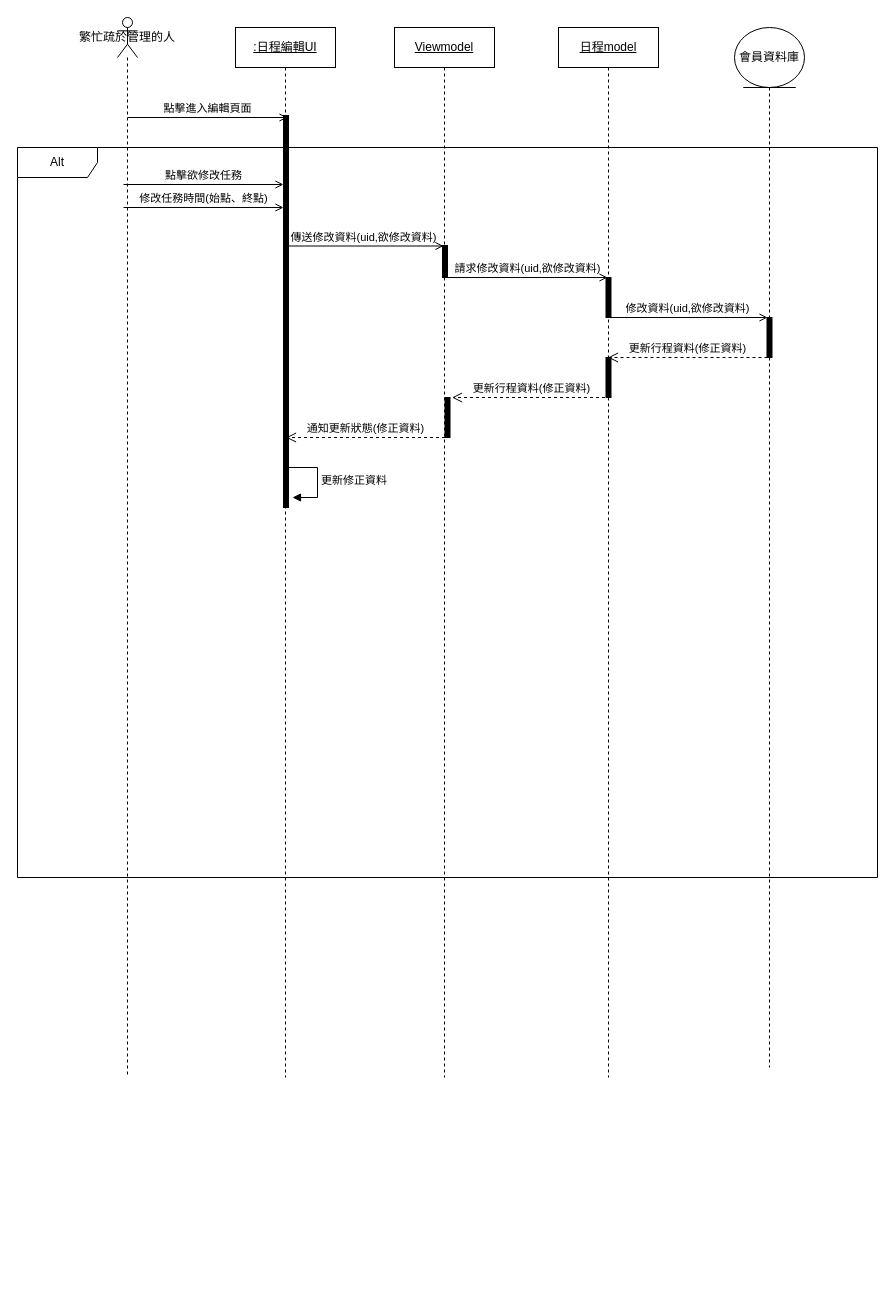
Before: page "維護日程" (7 of 9) of 系統設計圖/總審UML.drawio in Kevincheng0804/Graduation-Topic, a draw.io diagram. Source tidied: cells renumbered, new cells numbered last; positions are measured from the earlier drawing's top-left corner, leaving out a move shared by most shapes. Both pictures are drawn from the tidied source at 100%, with x=0, y=0 at pixel (17, 17).
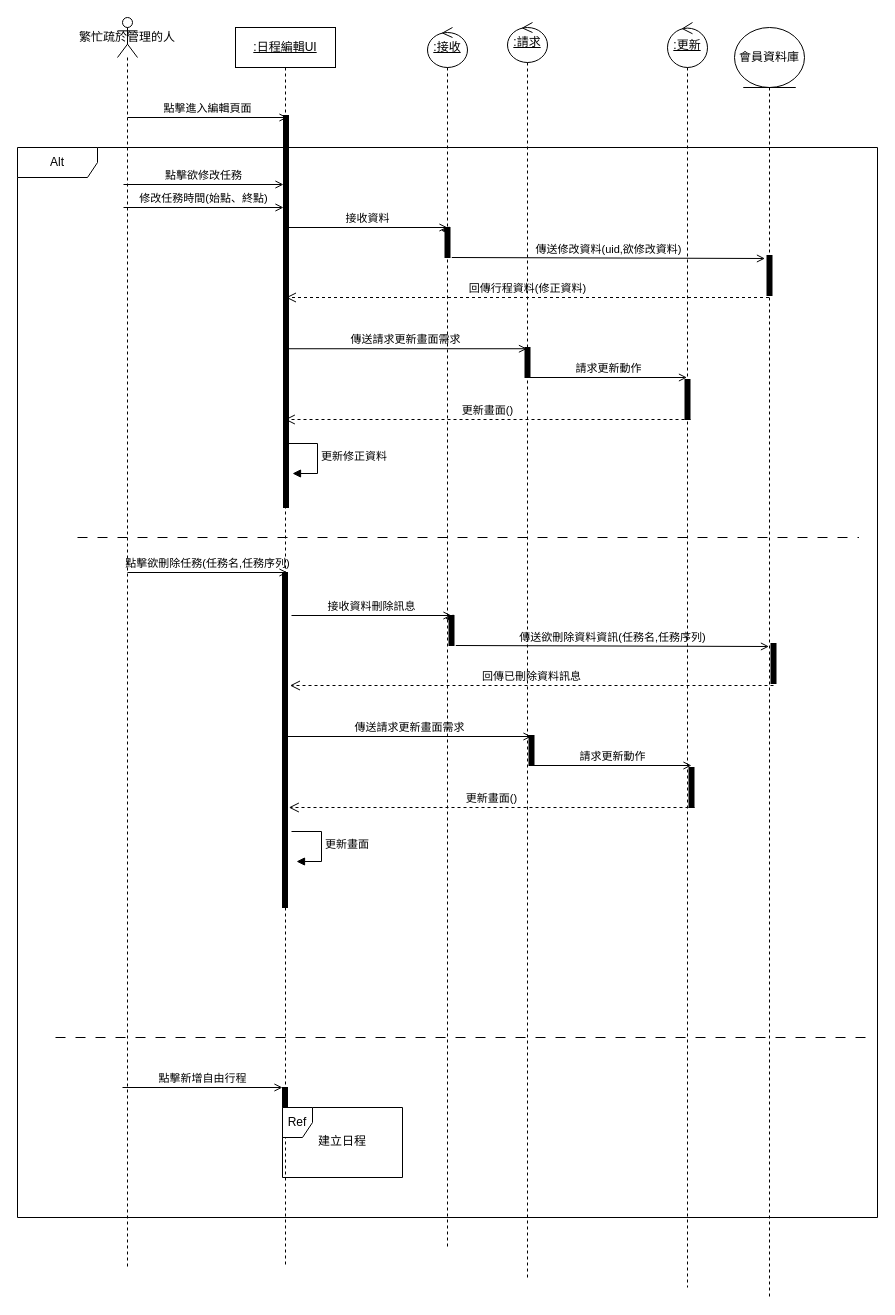
The same page after the edit.

The change refers to these unchanged cells:
```xml
<mxCell id="5" style="html=1;points=[];perimeter=orthogonalPerimeter;fillColor=strokeColor;" parent="1" vertex="1">
  <mxGeometry x="266" y="98" width="5" height="392" as="geometry" />
</mxCell>
```

The edit, as a diff of the source:
```diff
@@
+    <mxCell id="24" value="&lt;u&gt;:接收&lt;/u&gt;" style="shape=umlLifeline;perimeter=lifelinePerimeter;whiteSpace=wrap;html=1;outlineConnect=0;portConstraint=eastwest;newEdgeStyle={&quot;curved&quot;:0,&quot;rounded&quot;:0};participant=umlControl;" parent="1" vertex="1">
+      <mxGeometry x="410" y="10" width="40" height="1220" as="geometry" />
+    </mxCell>
     <mxCell id="2" value="&lt;span style=&quot;text-wrap: nowrap;&quot;&gt;繁忙疏於管理的人&lt;/span&gt;" style="shape=umlLifeline;perimeter=lifelinePerimeter;whiteSpace=wrap;html=1;newEdgeStyle={&quot;curved&quot;:0,&quot;rounded&quot;:0};participant=umlActor;" parent="1" vertex="1">
-      <mxGeometry x="100" width="20" height="1060" as="geometry" />
+      <mxGeometry x="100" width="20" height="1250" as="geometry" />
     </mxCell>
     <mxCell id="3" value="&lt;u&gt;:日程編輯UI&lt;/u&gt;" style="shape=umlLifeline;perimeter=lifelinePerimeter;whiteSpace=wrap;html=1;newEdgeStyle={&quot;curved&quot;:0,&quot;rounded&quot;:0};" parent="1" vertex="1">
-      <mxGeometry x="218" y="10" width="100" height="1050" as="geometry" />
+      <mxGeometry x="218" y="10" width="100" height="1240" as="geometry" />
     </mxCell>
@@
     <mxCell id="6" value="Alt" style="shape=umlFrame;whiteSpace=wrap;html=1;width=80;height=30;" parent="1" vertex="1">
-      <mxGeometry y="130" width="860" height="730" as="geometry" />
+      <mxGeometry y="130" width="860" height="1070" as="geometry" />
     </mxCell>
@@
-    <mxCell id="9" value="修改資料(uid,欲修改資料)" style="html=1;verticalAlign=bottom;labelBackgroundColor=none;endArrow=open;endFill=0;rounded=0;" parent="6" edge="1">
+    <mxCell id="9" value="接收資料" style="html=1;verticalAlign=bottom;labelBackgroundColor=none;endArrow=open;endFill=0;rounded=0;" parent="6" edge="1">
       <mxGeometry relative="1" as="geometry">
-        <mxPoint x="590" y="170" as="sourcePoint" />
-        <mxPoint x="750" y="170" as="targetPoint" />
+        <mxPoint x="270" y="80" as="sourcePoint" />
+        <mxPoint x="430" y="80" as="targetPoint" />
       </mxGeometry>
     </mxCell>
-    <mxCell id="10" value="更新行程資料(修正資料)" style="html=1;verticalAlign=bottom;endArrow=open;dashed=1;endSize=8;curved=0;rounded=0;" parent="6" edge="1" target="15">
-      <mxGeometry relative="1" as="geometry">
-        <mxPoint x="750" y="210" as="sourcePoint" />
-      </mxGeometry>
-    </mxCell>
     <mxCell id="11" value="更新修正資料" style="html=1;align=left;spacingLeft=2;endArrow=block;rounded=0;edgeStyle=orthogonalEdgeStyle;curved=0;rounded=0;" parent="6" edge="1">
       <mxGeometry relative="1" as="geometry">
-        <mxPoint x="270" y="320" as="sourcePoint" />
-        <mxPoint x="275" y="350" as="targetPoint" />
+        <mxPoint x="270" y="296" as="sourcePoint" />
+        <mxPoint x="275" y="326" as="targetPoint" />
         <Array as="points">
-          <mxPoint x="300" y="350" />
+          <mxPoint x="300" y="326" />
         </Array>
       </mxGeometry>
     </mxCell>
-    <mxCell id="12" value="&lt;u&gt;Viewmodel&lt;/u&gt;" style="shape=umlLifeline;perimeter=lifelinePerimeter;whiteSpace=wrap;html=1;newEdgeStyle={&quot;curved&quot;:0,&quot;rounded&quot;:0};" parent="1" vertex="1">
-      <mxGeometry x="377" y="10" width="100" height="1050" as="geometry" />
-    </mxCell>
+    <mxCell id="25" value="更新畫面()" style="html=1;verticalAlign=bottom;endArrow=open;dashed=1;endSize=8;curved=0;rounded=0;" parent="6" edge="1">
+      <mxGeometry relative="1" as="geometry">
+        <mxPoint x="673" y="272" as="sourcePoint" />
+        <mxPoint x="267.3" y="272" as="targetPoint" />
+      </mxGeometry>
+    </mxCell>
+    <mxCell id="21" value="回傳行程資料(修正資料)" style="html=1;verticalAlign=bottom;endArrow=open;dashed=1;endSize=8;curved=0;rounded=0;entryX=0.867;entryY=0.718;entryDx=0;entryDy=0;entryPerimeter=0;" parent="6" edge="1" source="17">
+      <mxGeometry relative="1" as="geometry">
+        <mxPoint x="268.4" y="150" as="targetPoint" />
+      </mxGeometry>
+    </mxCell>
+    <mxCell id="26" style="endArrow=none;startArrow=none;endFill=0;startFill=0;endSize=8;html=1;verticalAlign=bottom;dashed=1;labelBackgroundColor=none;dashPattern=10 10;rounded=0;" parent="6" edge="1">
+      <mxGeometry relative="1" as="geometry">
+        <mxPoint x="60" y="390" as="sourcePoint" />
+        <mxPoint x="841.5" y="390" as="targetPoint" />
+      </mxGeometry>
+    </mxCell>
+    <mxCell id="27" value="點擊欲刪除任務(任務名,任務序列)" style="html=1;verticalAlign=bottom;labelBackgroundColor=none;endArrow=open;endFill=0;rounded=0;" parent="6" edge="1">
+      <mxGeometry relative="1" as="geometry">
+        <mxPoint x="110" y="425" as="sourcePoint" />
+        <mxPoint x="270" y="425" as="targetPoint" />
+      </mxGeometry>
+    </mxCell>
+    <mxCell id="28" value="接收資料刪除訊息" style="html=1;verticalAlign=bottom;labelBackgroundColor=none;endArrow=open;endFill=0;rounded=0;" parent="6" edge="1">
+      <mxGeometry relative="1" as="geometry">
+        <mxPoint x="274" y="468" as="sourcePoint" />
+        <mxPoint x="434" y="468" as="targetPoint" />
+      </mxGeometry>
+    </mxCell>
+    <mxCell id="29" value="更新畫面" style="html=1;align=left;spacingLeft=2;endArrow=block;rounded=0;edgeStyle=orthogonalEdgeStyle;curved=0;rounded=0;" parent="6" edge="1">
+      <mxGeometry relative="1" as="geometry">
+        <mxPoint x="274" y="684" as="sourcePoint" />
+        <mxPoint x="279" y="714" as="targetPoint" />
+        <Array as="points">
+          <mxPoint x="304" y="714" />
+        </Array>
+      </mxGeometry>
+    </mxCell>
+    <mxCell id="30" value="更新畫面()" style="html=1;verticalAlign=bottom;endArrow=open;dashed=1;endSize=8;curved=0;rounded=0;" parent="6" edge="1">
+      <mxGeometry relative="1" as="geometry">
+        <mxPoint x="677" y="660" as="sourcePoint" />
+        <mxPoint x="271.3" y="660" as="targetPoint" />
+      </mxGeometry>
+    </mxCell>
+    <mxCell id="31" value="回傳已刪除資料訊息" style="html=1;verticalAlign=bottom;endArrow=open;dashed=1;endSize=8;curved=0;rounded=0;entryX=0.867;entryY=0.718;entryDx=0;entryDy=0;entryPerimeter=0;" parent="6" edge="1">
+      <mxGeometry relative="1" as="geometry">
+        <mxPoint x="756" y="538" as="sourcePoint" />
+        <mxPoint x="272.4" y="538" as="targetPoint" />
+      </mxGeometry>
+    </mxCell>
+    <mxCell id="32" value="傳送欲刪除資料資訊(任務名,任務序列)" style="html=1;verticalAlign=bottom;labelBackgroundColor=none;endArrow=open;endFill=0;rounded=0;entryX=-0.767;entryY=0.1;entryDx=0;entryDy=0;entryPerimeter=0;" parent="6" edge="1">
+      <mxGeometry relative="1" as="geometry">
+        <mxPoint x="438.3" y="498" as="sourcePoint" />
+        <mxPoint x="751.5" y="499" as="targetPoint" />
+      </mxGeometry>
+    </mxCell>
+    <mxCell id="33" style="html=1;perimeter=orthogonalPerimeter;fillColor=strokeColor;" parent="6" vertex="1">
+      <mxGeometry x="753.5" y="496" width="5" height="40" as="geometry" />
+    </mxCell>
+    <mxCell id="34" style="html=1;verticalAlign=bottom;labelBackgroundColor=none;endArrow=open;endFill=0;rounded=0;entryX=-0.767;entryY=0.1;entryDx=0;entryDy=0;entryPerimeter=0;" parent="6" edge="1" target="35">
+      <mxGeometry relative="1" as="geometry">
+        <mxPoint x="434" y="471" as="sourcePoint" />
+      </mxGeometry>
+    </mxCell>
+    <mxCell id="35" style="html=1;points=[];perimeter=orthogonalPerimeter;fillColor=strokeColor;" parent="6" vertex="1">
+      <mxGeometry x="431.5" y="468" width="5" height="30" as="geometry" />
+    </mxCell>
+    <mxCell id="36" style="html=1;perimeter=orthogonalPerimeter;fillColor=strokeColor;" parent="6" vertex="1">
+      <mxGeometry x="671.5" y="620" width="5" height="40" as="geometry" />
+    </mxCell>
+    <mxCell id="37" value="傳送請求更新畫面需求" style="html=1;verticalAlign=bottom;labelBackgroundColor=none;endArrow=open;endFill=0;rounded=0;exitX=0.047;exitY=0.595;exitDx=0;exitDy=0;exitPerimeter=0;" parent="6" edge="1">
+      <mxGeometry relative="1" as="geometry">
+        <mxPoint x="270" y="589" as="sourcePoint" />
+        <mxPoint x="514" y="589" as="targetPoint" />
+      </mxGeometry>
+    </mxCell>
+    <mxCell id="38" style="html=1;perimeter=orthogonalPerimeter;fillColor=strokeColor;" parent="6" vertex="1">
+      <mxGeometry x="511.5" y="588" width="5" height="30" as="geometry" />
+    </mxCell>
+    <mxCell id="39" value="請求更新動作" style="html=1;verticalAlign=bottom;labelBackgroundColor=none;endArrow=open;endFill=0;rounded=0;exitX=0.047;exitY=0.595;exitDx=0;exitDy=0;exitPerimeter=0;" parent="6" edge="1">
+      <mxGeometry relative="1" as="geometry">
+        <mxPoint x="514.5" y="618" as="sourcePoint" />
+        <mxPoint x="674" y="618" as="targetPoint" />
+      </mxGeometry>
+    </mxCell>
+    <mxCell id="40" style="html=1;perimeter=orthogonalPerimeter;fillColor=strokeColor;" parent="6" vertex="1">
+      <mxGeometry x="265" y="425" width="5" height="335" as="geometry" />
+    </mxCell>
+    <mxCell id="41" style="endArrow=none;startArrow=none;endFill=0;startFill=0;endSize=8;html=1;verticalAlign=bottom;dashed=1;labelBackgroundColor=none;dashPattern=10 10;rounded=0;" parent="6" edge="1">
+      <mxGeometry relative="1" as="geometry">
+        <mxPoint x="38" y="890" as="sourcePoint" />
+        <mxPoint x="849.5" y="890" as="targetPoint" />
+      </mxGeometry>
+    </mxCell>
+    <mxCell id="42" style="html=1;perimeter=orthogonalPerimeter;fillColor=strokeColor;" parent="6" vertex="1">
+      <mxGeometry x="265" y="940" width="5" height="50" as="geometry" />
+    </mxCell>
+    <mxCell id="43" value="點擊新增自由行程" style="html=1;verticalAlign=bottom;labelBackgroundColor=none;endArrow=open;endFill=0;rounded=0;" parent="6" edge="1">
+      <mxGeometry relative="1" as="geometry">
+        <mxPoint x="105" y="940" as="sourcePoint" />
+        <mxPoint x="265" y="940" as="targetPoint" />
+      </mxGeometry>
+    </mxCell>
+    <mxCell id="44" value="Ref" style="shape=umlFrame;whiteSpace=wrap;html=1;width=30;height=30;" parent="6" vertex="1">
+      <mxGeometry x="265" y="960" width="120" height="70" as="geometry" />
+    </mxCell>
+    <mxCell id="45" value="建立日程" style="text;html=1;whiteSpace=wrap;strokeColor=none;fillColor=none;align=center;verticalAlign=middle;rounded=0;" parent="44" vertex="1">
+      <mxGeometry x="30" y="19" width="60" height="30" as="geometry" />
+    </mxCell>
-    <mxCell id="13" value="傳送修改資料(uid,欲修改資料)" style="html=1;verticalAlign=bottom;labelBackgroundColor=none;endArrow=open;endFill=0;rounded=0;" parent="1" edge="1">
+    <mxCell id="13" value="傳送修改資料(uid,欲修改資料)" style="html=1;verticalAlign=bottom;labelBackgroundColor=none;endArrow=open;endFill=0;rounded=0;entryX=-0.767;entryY=0.1;entryDx=0;entryDy=0;entryPerimeter=0;" parent="1" edge="1">
       <mxGeometry relative="1" as="geometry">
-        <mxPoint x="266" y="228.5" as="sourcePoint" />
-        <mxPoint x="426" y="228.5" as="targetPoint" />
+        <mxPoint x="434.3" y="240" as="sourcePoint" />
+        <mxPoint x="747.5" y="241" as="targetPoint" />
       </mxGeometry>
     </mxCell>
-    <mxCell id="14" style="html=1;perimeter=orthogonalPerimeter;fillColor=strokeColor;" parent="1" vertex="1">
-      <mxGeometry x="425" y="228" width="5" height="32" as="geometry" />
-    </mxCell>
-    <mxCell id="15" value="&lt;u&gt;日程model&lt;/u&gt;" style="shape=umlLifeline;perimeter=lifelinePerimeter;whiteSpace=wrap;html=1;outlineConnect=0;portConstraint=eastwest;newEdgeStyle={&quot;curved&quot;:0,&quot;rounded&quot;:0};" parent="1" vertex="1">
-      <mxGeometry x="541" y="10" width="100" height="1050" as="geometry" />
-    </mxCell>
-    <mxCell id="16" value="請求修改資料(uid,欲修改資料)" style="html=1;verticalAlign=bottom;labelBackgroundColor=none;endArrow=open;endFill=0;rounded=0;" parent="1" edge="1">
-      <mxGeometry relative="1" as="geometry">
-        <mxPoint x="430" y="260" as="sourcePoint" />
-        <mxPoint x="590" y="260" as="targetPoint" />
-      </mxGeometry>
-    </mxCell>
     <mxCell id="17" value="會員資料庫" style="shape=umlLifeline;perimeter=lifelinePerimeter;whiteSpace=wrap;html=1;outlineConnect=0;portConstraint=eastwest;newEdgeStyle={&quot;curved&quot;:0,&quot;rounded&quot;:0};participant=umlEntity;size=60;" parent="1" vertex="1">
-      <mxGeometry x="717" y="10" width="70" height="1040" as="geometry" />
+      <mxGeometry x="717" y="10" width="70" height="1270" as="geometry" />
     </mxCell>
     <mxCell id="18" style="html=1;perimeter=orthogonalPerimeter;fillColor=strokeColor;" parent="1" vertex="1">
-      <mxGeometry x="588.5" y="260" width="5" height="40" as="geometry" />
+      <mxGeometry x="749.5" y="238" width="5" height="40" as="geometry" />
     </mxCell>
-    <mxCell id="19" style="html=1;perimeter=orthogonalPerimeter;fillColor=strokeColor;" parent="1" vertex="1">
-      <mxGeometry x="749.5" y="300" width="5" height="40" as="geometry" />
-    </mxCell>
-    <mxCell id="20" style="html=1;perimeter=orthogonalPerimeter;fillColor=strokeColor;" parent="1" vertex="1">
-      <mxGeometry x="588.5" y="340" width="5" height="40" as="geometry" />
-    </mxCell>
-    <mxCell id="21" value="更新行程資料(修正資料)" style="html=1;verticalAlign=bottom;endArrow=open;dashed=1;endSize=8;curved=0;rounded=0;" parent="1" edge="1">
-      <mxGeometry relative="1" as="geometry">
-        <mxPoint x="593.5" y="380" as="sourcePoint" />
-        <mxPoint x="434.5" y="380" as="targetPoint" />
-      </mxGeometry>
-    </mxCell>
-    <mxCell id="22" style="html=1;perimeter=orthogonalPerimeter;fillColor=strokeColor;" parent="1" vertex="1">
-      <mxGeometry x="427.5" y="380" width="5" height="40" as="geometry" />
-    </mxCell>
-    <mxCell id="23" value="通知更新狀態(修正資料)" style="html=1;verticalAlign=bottom;endArrow=open;dashed=1;endSize=8;curved=0;rounded=0;" parent="1" edge="1">
-      <mxGeometry relative="1" as="geometry">
-        <mxPoint x="427.5" y="420" as="sourcePoint" />
-        <mxPoint x="268.5" y="420" as="targetPoint" />
-      </mxGeometry>
-    </mxCell>
+    <mxCell id="46" style="html=1;verticalAlign=bottom;labelBackgroundColor=none;endArrow=open;endFill=0;rounded=0;entryX=-0.767;entryY=0.1;entryDx=0;entryDy=0;entryPerimeter=0;" parent="1" edge="1" source="24" target="47">
+      <mxGeometry relative="1" as="geometry" />
+    </mxCell>
+    <mxCell id="47" style="html=1;points=[];perimeter=orthogonalPerimeter;fillColor=strokeColor;" parent="1" vertex="1">
+      <mxGeometry x="427.5" y="210" width="5" height="30" as="geometry" />
+    </mxCell>
+    <mxCell id="48" value="&lt;u&gt;:更新&lt;/u&gt;" style="shape=umlLifeline;perimeter=lifelinePerimeter;whiteSpace=wrap;html=1;outlineConnect=0;portConstraint=eastwest;newEdgeStyle={&quot;curved&quot;:0,&quot;rounded&quot;:0};participant=umlControl;size=45;" parent="1" vertex="1">
+      <mxGeometry x="650" y="5" width="40" height="1265" as="geometry" />
+    </mxCell>
+    <mxCell id="49" style="html=1;perimeter=orthogonalPerimeter;fillColor=strokeColor;" parent="1" vertex="1">
+      <mxGeometry x="667.5" y="362" width="5" height="40" as="geometry" />
+    </mxCell>
+    <mxCell id="50" value="&lt;u&gt;:請求&lt;/u&gt;" style="shape=umlLifeline;perimeter=lifelinePerimeter;whiteSpace=wrap;html=1;outlineConnect=0;portConstraint=eastwest;newEdgeStyle={&quot;curved&quot;:0,&quot;rounded&quot;:0};participant=umlControl;" parent="1" vertex="1">
+      <mxGeometry x="490" y="5" width="40" height="1255" as="geometry" />
+    </mxCell>
+    <mxCell id="51" value="傳送請求更新畫面需求" style="html=1;verticalAlign=bottom;labelBackgroundColor=none;endArrow=open;endFill=0;rounded=0;exitX=0.047;exitY=0.595;exitDx=0;exitDy=0;exitPerimeter=0;" parent="1" edge="1" source="5" target="50">
+      <mxGeometry relative="1" as="geometry" />
+    </mxCell>
+    <mxCell id="52" style="html=1;perimeter=orthogonalPerimeter;fillColor=strokeColor;" parent="1" vertex="1">
+      <mxGeometry x="507.5" y="330" width="5" height="30" as="geometry" />
+    </mxCell>
+    <mxCell id="53" value="請求更新動作" style="html=1;verticalAlign=bottom;labelBackgroundColor=none;endArrow=open;endFill=0;rounded=0;exitX=0.047;exitY=0.595;exitDx=0;exitDy=0;exitPerimeter=0;" parent="1" edge="1" target="48">
+      <mxGeometry relative="1" as="geometry">
+        <mxPoint x="510.5" y="360" as="sourcePoint" />
+      </mxGeometry>
+    </mxCell>
```
